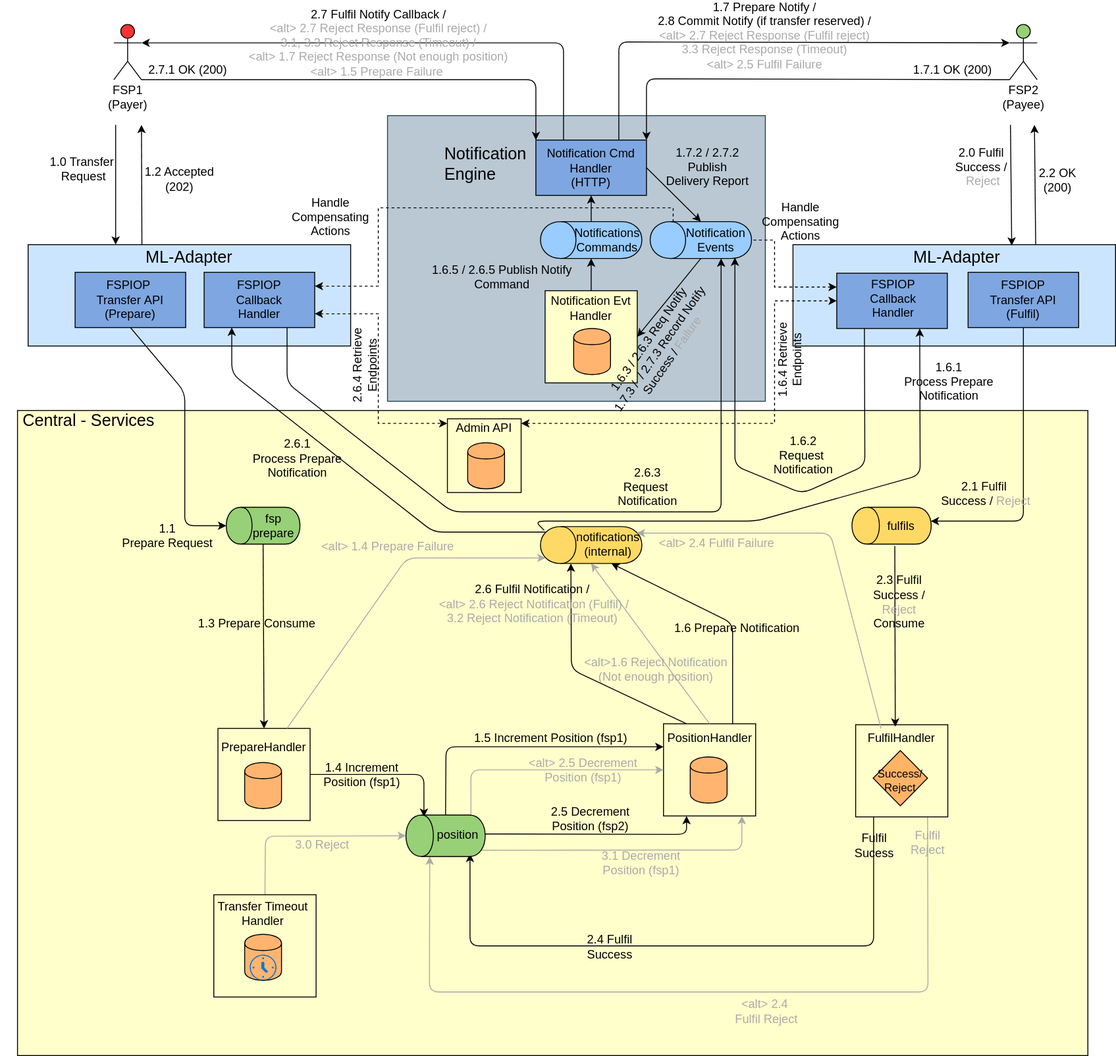
The draw.io diagram mojaloop-technical-overview/notifications/assets/diagrams/Transfers-Arch-End-to-End-with-Notify-Engine-v2.0.svg in mojaloop/documentation, before a commit. Source tidied: cells renumbered, new cells last; positions are measured from the earlier drawing's top-left corner, leaving out a move shared by most shapes.
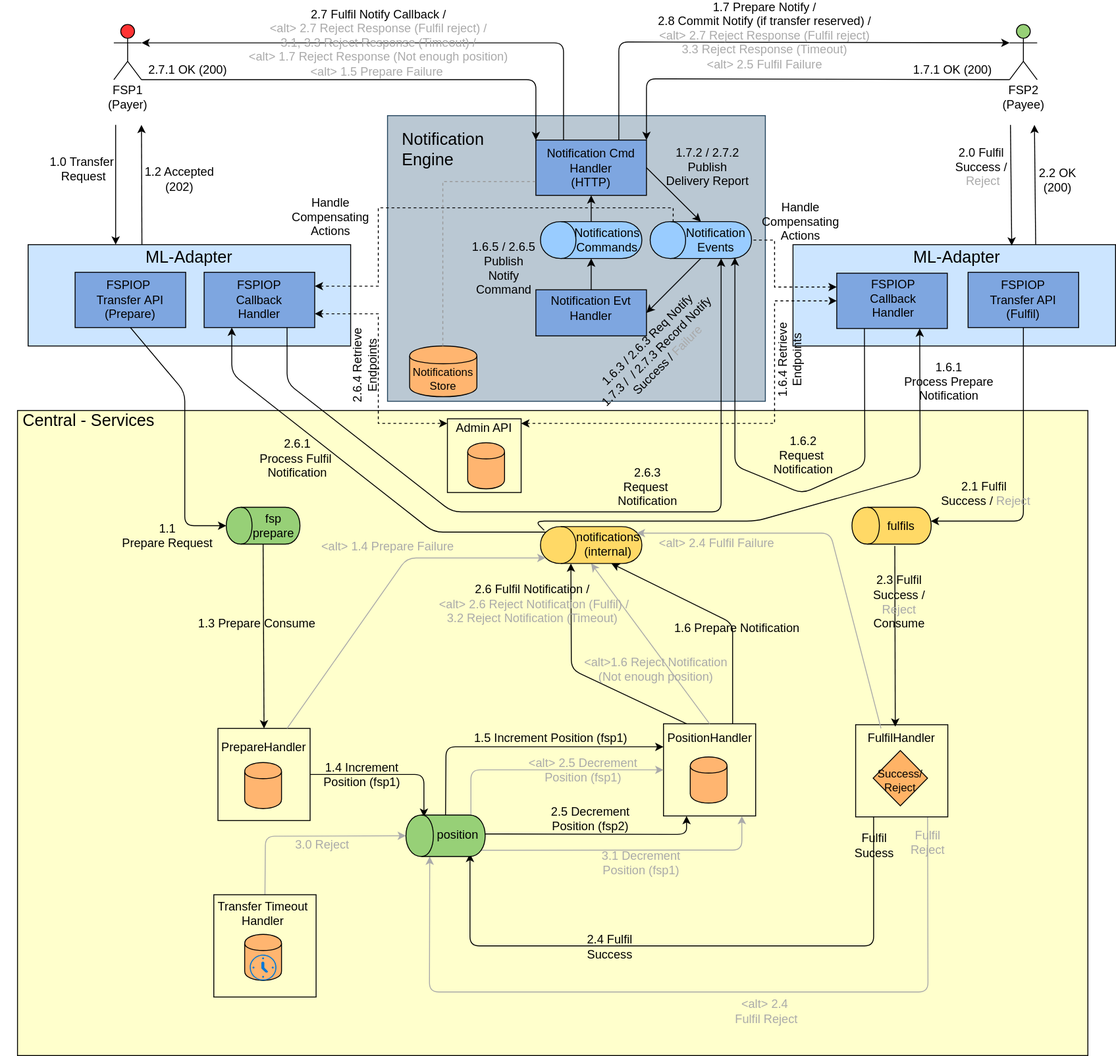
The same file after the commit.

Commit message:
updates to notification design v2 - included more detail on re-try logic, and recovery from failures

What changed in the source:
```diff
@@ -11,11 +11,8 @@
     <mxCell id="4" style="rounded=0;whiteSpace=wrap;html=1;fillColor=#FFFFCC;fontSize=12;" parent="1" vertex="1">
       <mxGeometry x="18.5" y="419" width="1161.5" height="700" as="geometry" />
     </mxCell>
-    <mxCell id="5" style="whiteSpace=wrap;html=1;fillColor=#FFFFCC;fontSize=12;" parent="1" vertex="1">
-      <mxGeometry x="591" y="289" width="100" height="100" as="geometry" />
-    </mxCell>
     <mxCell id="6" value="&lt;font style=&quot;font-size: 18px&quot;&gt;Notification &lt;br&gt;Engine&lt;/font&gt;" style="text;html=1;strokeColor=none;fillColor=none;align=left;verticalAlign=middle;whiteSpace=wrap;rounded=0;" parent="1" vertex="1">
-      <mxGeometry x="480" y="141.5" width="129.5" height="20" as="geometry" />
+      <mxGeometry x="433.8" y="125.5" width="129.5" height="20" as="geometry" />
     </mxCell>
     <mxCell id="7" value="&lt;font style=&quot;font-size: 18px&quot;&gt;ML-Adapter&lt;/font&gt;" style="text;html=1;strokeColor=none;fillColor=none;align=center;verticalAlign=middle;whiteSpace=wrap;rounded=0;" parent="1" vertex="1">
       <mxGeometry x="928" y="243" width="220" height="20" as="geometry" />
@@ -407,8 +404,10 @@
     <mxCell id="88" value="position&lt;br&gt;" style="text;html=1;strokeColor=none;fillColor=none;align=center;verticalAlign=middle;whiteSpace=wrap;rounded=0;fontSize=13;" parent="86" vertex="1">
       <mxGeometry x="8.5" y="31" width="55" height="20" as="geometry" />
     </mxCell>
-    <mxCell id="89" style="endArrow=classic;html=1;fontSize=12;exitX=0.5;exitY=0;exitDx=0;exitDy=0;" parent="1" edge="1" source="5" target="94">
-      <mxGeometry relative="1" as="geometry" />
+    <mxCell id="89" style="endArrow=classic;html=1;fontSize=12;exitX=0.5;exitY=0;exitDx=0;exitDy=0;" parent="1" edge="1" target="94">
+      <mxGeometry relative="1" as="geometry">
+        <mxPoint x="641" y="289" as="sourcePoint" />
+      </mxGeometry>
     </mxCell>
     <mxCell id="90" value="Notification Cmd Handler&lt;br&gt;(HTTP)" style="rounded=0;whiteSpace=wrap;html=1;fillColor=#7EA6E0;fontSize=13;" parent="1" vertex="1">
       <mxGeometry x="581" y="125.5" width="120" height="60" as="geometry" />
@@ -416,12 +415,6 @@
     <mxCell id="91" style="endArrow=classic;html=1;fontSize=12;entryX=0.5;entryY=1;entryDx=0;entryDy=0;exitX=1;exitY=0.5;exitDx=0;exitDy=0;" parent="1" edge="1" source="94" target="90">
       <mxGeometry relative="1" as="geometry" />
     </mxCell>
-    <mxCell id="92" style="shape=cylinder;whiteSpace=wrap;html=1;boundedLbl=1;fillColor=#FFB570;fontSize=12;" parent="1" vertex="1">
-      <mxGeometry x="622" y="330" width="40" height="50" as="geometry" />
-    </mxCell>
-    <mxCell id="93" value="Notification Evt&lt;br&gt;Handler" style="text;html=1;strokeColor=none;fillColor=none;align=center;verticalAlign=middle;whiteSpace=wrap;rounded=0;fontSize=13;" parent="1" vertex="1">
-      <mxGeometry x="596" y="297.5" width="90" height="20" as="geometry" />
-    </mxCell>
     <mxCell id="94" style="shape=cylinder;whiteSpace=wrap;html=1;boundedLbl=1;rotation=-90;fillColor=#99CCFF;" parent="1" vertex="1">
       <mxGeometry x="621" y="179" width="40" height="110" as="geometry" />
     </mxCell>
@@ -442,11 +435,11 @@
         <mxPoint x="23" y="-1" as="offset" />
       </mxGeometry>
     </mxCell>
-    <mxCell id="100" style="endArrow=none;html=1;fontSize=12;exitX=1;exitY=0.5;startArrow=classic;startFill=1;endFill=0;exitDx=0;exitDy=0;entryX=0;entryY=0.5;entryDx=0;entryDy=0;" parent="1" edge="1" source="5" target="96">
+    <mxCell id="100" style="endArrow=none;html=1;fontSize=12;exitX=1;exitY=0.5;startArrow=classic;startFill=1;endFill=0;exitDx=0;exitDy=0;entryX=0;entryY=0.5;entryDx=0;entryDy=0;" parent="1" edge="1" source="125" target="96">
       <mxGeometry relative="1" as="geometry" />
     </mxCell>
-    <mxCell id="101" value="&lt;font style=&quot;font-size: 13px&quot;&gt;1.6.3 / 2.6.3 Req Notify&lt;br&gt;1.7.3 /&amp;nbsp; / 2.7.3 Record Notify&amp;nbsp;&lt;br style=&quot;font-size: 13px&quot;&gt;Success / &lt;font color=&quot;#aaaaaa&quot;&gt;Failure&lt;/font&gt;&lt;/font&gt;" style="text;html=1;align=center;verticalAlign=middle;labelBackgroundColor=none;fontSize=13;spacingTop=14;spacingLeft=-1;rotation=-55;" parent="1" vertex="1">
-      <mxGeometry x="810" y="380" as="geometry">
+    <mxCell id="101" value="&lt;font style=&quot;font-size: 13px&quot;&gt;1.6.3 / 2.6.3 Req Notify&lt;br&gt;1.7.3 /&amp;nbsp; / 2.7.3 Record Notify&amp;nbsp;&lt;br style=&quot;font-size: 13px&quot;&gt;Success / &lt;font color=&quot;#aaaaaa&quot;&gt;Failure&lt;/font&gt;&lt;/font&gt;" style="text;html=1;align=center;verticalAlign=middle;labelBackgroundColor=none;fontSize=13;spacingTop=14;spacingLeft=-1;rotation=-45;" parent="1" vertex="1">
+      <mxGeometry x="800" y="399" as="geometry">
         <mxPoint x="-30" y="-101" as="offset" />
       </mxGeometry>
     </mxCell>
@@ -455,8 +448,8 @@
         <mxPoint x="-16" y="-41" as="offset" />
       </mxGeometry>
     </mxCell>
-    <mxCell id="103" value="&lt;font style=&quot;font-size: 13px&quot;&gt;1.6.5 / 2.6.5 Publish Notify&lt;br&gt;Command&lt;br&gt;&lt;/font&gt;" style="text;html=1;align=center;verticalAlign=middle;labelBackgroundColor=none;fontSize=13;spacingTop=14;spacingLeft=-1;" parent="1" vertex="1">
-      <mxGeometry x="490" y="263" as="geometry">
+    <mxCell id="103" value="&lt;font style=&quot;font-size: 13px&quot;&gt;1.6.5 / 2.6.5 &lt;br&gt;Publish &lt;br&gt;Notify&lt;br&gt;Command&lt;br&gt;&lt;/font&gt;" style="text;html=1;align=center;verticalAlign=middle;labelBackgroundColor=none;fontSize=13;spacingTop=14;spacingLeft=-1;" parent="1" vertex="1">
+      <mxGeometry x="492.3" y="254" as="geometry">
         <mxPoint x="54" y="3" as="offset" />
       </mxGeometry>
     </mxCell>
@@ -488,7 +481,7 @@
         </Array>
       </mxGeometry>
     </mxCell>
-    <mxCell id="110" value="&lt;font style=&quot;font-size: 13px&quot;&gt;2.6.1&lt;br style=&quot;font-size: 13px&quot;&gt;Process Prepare &lt;br&gt;Notification&lt;/font&gt;" style="text;html=1;align=center;verticalAlign=middle;labelBackgroundColor=none;fontSize=13;" parent="109" vertex="1">
+    <mxCell id="110" value="&lt;font style=&quot;font-size: 13px&quot;&gt;2.6.1&lt;br style=&quot;font-size: 13px&quot;&gt;Process Fulfil&amp;nbsp;&lt;br&gt;Notification&lt;/font&gt;" style="text;html=1;align=center;verticalAlign=middle;labelBackgroundColor=none;fontSize=13;" parent="109" vertex="1">
       <mxGeometry x="0.31" y="2" relative="1" as="geometry">
         <mxPoint x="-10.4" y="25.7" as="offset" />
       </mxGeometry>
@@ -575,5 +568,22 @@
     <mxCell id="123" value="Handle Compensating Actions" style="text;html=1;strokeColor=none;fillColor=none;align=center;verticalAlign=middle;whiteSpace=wrap;rounded=0;fontSize=13;" parent="1" vertex="1">
       <mxGeometry x="814.5" y="204" width="107" height="20" as="geometry" />
     </mxCell>
+    <mxCell id="124" value="Notifications&lt;br&gt;Store" style="shape=cylinder;whiteSpace=wrap;html=1;boundedLbl=1;fillColor=#FFB570;fontSize=12;" parent="1" vertex="1">
+      <mxGeometry x="444" y="349" width="73" height="55" as="geometry" />
+    </mxCell>
+    <mxCell id="125" style="rounded=0;whiteSpace=wrap;html=1;fillColor=#7EA6E0;fontSize=13;" parent="1" vertex="1">
+      <mxGeometry x="581" y="288" width="120" height="50" as="geometry" />
+    </mxCell>
+    <mxCell id="93" value="Notification Evt&lt;br&gt;Handler" style="text;html=1;strokeColor=none;fillColor=none;align=center;verticalAlign=middle;whiteSpace=wrap;rounded=0;fontSize=13;" parent="1" vertex="1">
+      <mxGeometry x="596" y="297.5" width="90" height="20" as="geometry" />
+    </mxCell>
+    <mxCell id="126" style="edgeStyle=orthogonalEdgeStyle;rounded=0;jettySize=auto;html=1;horizontal=0;startArrow=none;startFill=0;endArrow=none;endFill=0;dashed=1;entryX=0;entryY=0.75;entryDx=0;entryDy=0;fillColor=#f5f5f5;strokeColor=#999999;" parent="1" edge="1" target="90">
+      <mxGeometry relative="1" as="geometry">
+        <mxPoint x="480" y="349" as="sourcePoint" />
+        <Array as="points">
+          <mxPoint x="480" y="171" />
+        </Array>
+      </mxGeometry>
+    </mxCell>
   </root>
 </mxGraphModel>
```
